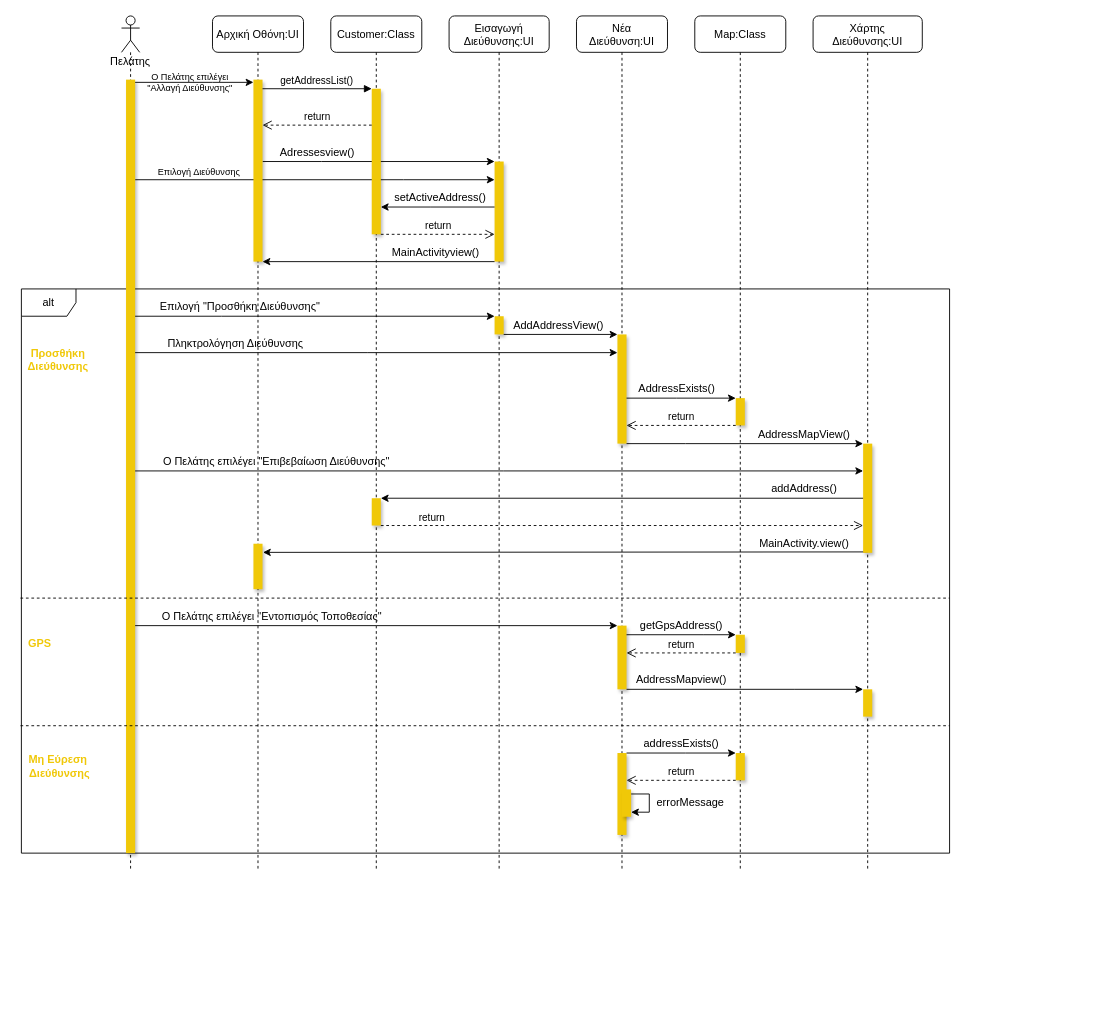
iloudaros/nomnomr keeps this draw.io diagram as docs/contributions/itsikelis/Phase 5/Select Address Revamp/(New)sequence-v0.2-customer-select-address.drawio. Above is the earlier version. Source tidied: cells renumbered, new cells numbered last; positions are measured from the earlier drawing's top-left corner, leaving out a move shared by most shapes. Both pictures are drawn from the tidied source at 91%, with x=0, y=0 at pixel (16, 15).
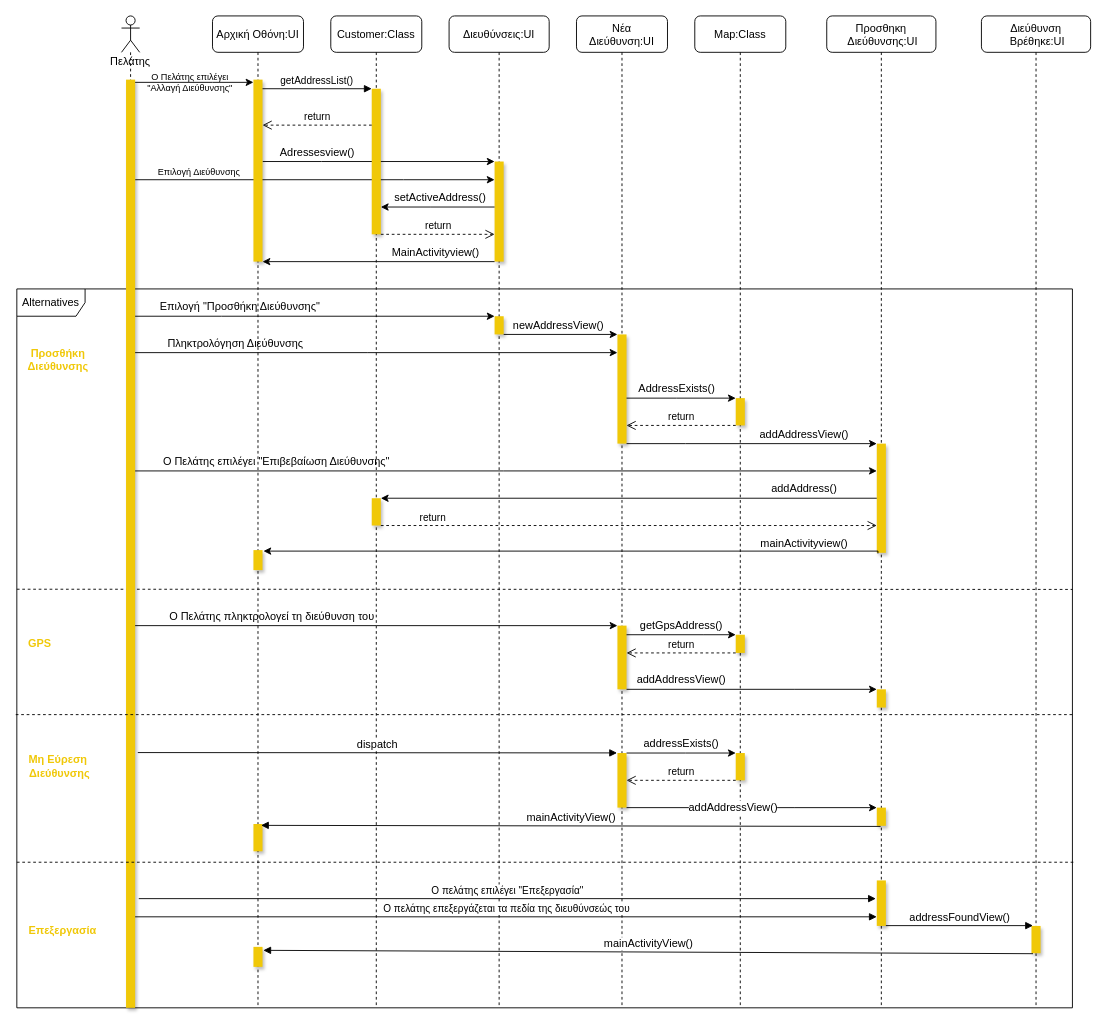
The same page after the edit.

The change refers to these unchanged cells:
```xml
<mxCell id="44" style="points=[];perimeter=orthogonalPerimeter;rounded=0;shadow=1;strokeWidth=1;fillColor=#F0C808;strokeColor=none;" parent="43" vertex="1">
  <mxGeometry x="55" y="470" width="10" height="120" as="geometry" />
</mxCell>
```

Diff of the diagram source:
```diff
@@
+    <mxCell id="5" value="Alternatives" style="shape=umlFrame;whiteSpace=wrap;html=1;shadow=0;fillColor=#FFFFFF;gradientColor=none;width=75;height=30;" parent="1" vertex="1">
+      <mxGeometry y="300" width="1160" height="790" as="geometry" />
+    </mxCell>
@@
-    <mxCell id="5" value="alt" style="shape=umlFrame;whiteSpace=wrap;html=1;shadow=0;fillColor=#FFFFFF;gradientColor=none;" parent="1" vertex="1">
-      <mxGeometry x="5" y="300" width="1020" height="620" as="geometry" />
-    </mxCell>
     <mxCell id="6" value="Αρχική Οθόνη:UI" style="shape=umlLifeline;perimeter=lifelinePerimeter;rounded=1;shadow=0;strokeWidth=1;" parent="1" vertex="1">
-      <mxGeometry x="215" width="100" height="940" as="geometry" />
+      <mxGeometry x="215" width="100" height="1090" as="geometry" />
     </mxCell>
@@
     <mxCell id="8" style="html=1;points=[];perimeter=orthogonalPerimeter;shadow=1;fillColor=#F0C808;gradientColor=none;fontColor=#000000;strokeColor=none;" parent="6" vertex="1">
-      <mxGeometry x="45" y="580" width="10" height="50" as="geometry" />
+      <mxGeometry x="45" y="587" width="10" height="22" as="geometry" />
     </mxCell>
-    <mxCell id="9" style="edgeStyle=orthogonalEdgeStyle;rounded=0;jettySize=auto;html=1;entryX=1.05;entryY=0.19;entryDx=0;entryDy=0;entryPerimeter=0;" parent="6" edge="1" target="8">
-      <mxGeometry relative="1" as="geometry">
-        <mxPoint x="720" y="589" as="sourcePoint" />
-      </mxGeometry>
-    </mxCell>
+    <mxCell id="74" style="html=1;points=[];perimeter=orthogonalPerimeter;shadow=1;fillColor=#F0C808;gradientColor=none;fontColor=#000000;strokeColor=none;" parent="6" vertex="1">
+      <mxGeometry x="45" y="1023" width="10" height="22" as="geometry" />
+    </mxCell>
+    <mxCell id="75" style="points=[];perimeter=orthogonalPerimeter;rounded=0;shadow=1;strokeWidth=1;fillColor=#F0C808;strokeColor=none;" parent="6" vertex="1">
+      <mxGeometry x="45" y="888" width="10" height="30" as="geometry" />
+    </mxCell>
     <mxCell id="10" value="Customer:Class" style="shape=umlLifeline;perimeter=lifelinePerimeter;rounded=1;shadow=0;strokeWidth=1;" parent="1" vertex="1">
-      <mxGeometry x="345" width="100" height="940" as="geometry" />
+      <mxGeometry x="345" width="100" height="1090" as="geometry" />
     </mxCell>
@@
+    <mxCell id="65" style="endArrow=none;dashed=1;html=1;rounded=0;fontColor=#F0C808;exitX=-0.001;exitY=0.548;exitDx=0;exitDy=0;exitPerimeter=0;entryX=1;entryY=0.418;entryDx=0;entryDy=0;entryPerimeter=0;" parent="10" edge="1" target="5">
+      <mxGeometry relative="1" as="geometry">
+        <mxPoint x="-345" y="630" as="sourcePoint" />
+      </mxGeometry>
+    </mxCell>
@@
     <mxCell id="14" value="Πελάτης" style="shape=umlLifeline;participant=umlActor;perimeter=lifelinePerimeter;whiteSpace=wrap;html=1;verticalAlign=top;spacingTop=36;" parent="1" vertex="1">
-      <mxGeometry x="115" width="20" height="940" as="geometry" />
+      <mxGeometry x="115" width="20" height="1090" as="geometry" />
     </mxCell>
     <mxCell id="15" style="html=1;points=[];perimeter=orthogonalPerimeter;fillColor=#F0C808;strokeColor=none;shadow=1;" parent="14" vertex="1">
-      <mxGeometry x="5" y="70" width="10" height="850" as="geometry" />
+      <mxGeometry x="5" y="70" width="10" height="1020" as="geometry" />
     </mxCell>
@@
-    <mxCell id="18" value="Εισαγωγή&#10;Διεύθυνσης:UI" style="shape=umlLifeline;perimeter=lifelinePerimeter;rounded=1;shadow=0;strokeWidth=1;" parent="1" vertex="1">
-      <mxGeometry x="475" width="110" height="940" as="geometry" />
+    <mxCell id="18" value="Διευθύνσεις:UI" style="shape=umlLifeline;perimeter=lifelinePerimeter;rounded=1;shadow=0;strokeWidth=1;" parent="1" vertex="1">
+      <mxGeometry x="475" width="110" height="1090" as="geometry" />
     </mxCell>
@@
     <mxCell id="29" value="Νέα &#10;Διεύθυνση:UI" style="shape=umlLifeline;perimeter=lifelinePerimeter;rounded=1;shadow=0;strokeWidth=1;" parent="1" vertex="1">
-      <mxGeometry x="615" width="100" height="940" as="geometry" />
+      <mxGeometry x="615" width="100" height="1090" as="geometry" />
     </mxCell>
@@
     <mxCell id="32" style="points=[];perimeter=orthogonalPerimeter;rounded=0;shadow=1;strokeWidth=1;fillColor=#F0C808;strokeColor=none;" parent="29" vertex="1">
-      <mxGeometry x="45" y="810" width="10" height="90" as="geometry" />
+      <mxGeometry x="45" y="810" width="10" height="60" as="geometry" />
     </mxCell>
@@
     <mxCell id="36" value="Map:Class" style="shape=umlLifeline;perimeter=lifelinePerimeter;rounded=1;shadow=0;strokeWidth=1;" parent="1" vertex="1">
-      <mxGeometry x="745" width="100" height="940" as="geometry" />
+      <mxGeometry x="745" width="100" height="1090" as="geometry" />
     </mxCell>
@@
+    <mxCell id="76" style="edgeStyle=orthogonalEdgeStyle;rounded=0;orthogonalLoop=1;jettySize=auto;html=1;fontColor=#000000;" parent="36" edge="1">
+      <mxGeometry relative="1" as="geometry">
+        <mxPoint x="-75" y="870" as="sourcePoint" />
+        <mxPoint x="200" y="870" as="targetPoint" />
+        <Array as="points">
+          <mxPoint x="110" y="870" />
+          <mxPoint x="110" y="870" />
+        </Array>
+      </mxGeometry>
+    </mxCell>
+    <mxCell id="77" value="addAddressView()" style="edgeLabel;html=1;align=center;verticalAlign=middle;fontSize=12;" parent="76" vertex="1">
+      <mxGeometry x="-0.16" y="1" relative="1" as="geometry" />
+    </mxCell>
@@
-    <mxCell id="43" value="Χάρτης &#10;Διεύθυνσης:UI" style="shape=umlLifeline;perimeter=lifelinePerimeter;rounded=1;shadow=0;strokeWidth=1;" parent="1" vertex="1">
-      <mxGeometry x="875" width="120" height="940" as="geometry" />
+    <mxCell id="43" value="&#10;Προσθηκη&#10; Διεύθυνσης:UI&#10;" style="shape=umlLifeline;perimeter=lifelinePerimeter;rounded=1;shadow=0;strokeWidth=1;fontSize=12;" parent="1" vertex="1">
+      <mxGeometry x="890" width="120" height="1090" as="geometry" />
     </mxCell>
@@
     <mxCell id="45" style="points=[];perimeter=orthogonalPerimeter;rounded=0;shadow=1;strokeWidth=1;fillColor=#F0C808;strokeColor=none;" parent="43" vertex="1">
-      <mxGeometry x="55" y="740" width="10" height="30" as="geometry" />
+      <mxGeometry x="55" y="740" width="10" height="20" as="geometry" />
     </mxCell>
+    <mxCell id="78" style="points=[];perimeter=orthogonalPerimeter;rounded=0;shadow=1;strokeWidth=1;fillColor=#F0C808;strokeColor=none;" parent="43" vertex="1">
+      <mxGeometry x="55" y="950" width="10" height="50" as="geometry" />
+    </mxCell>
+    <mxCell id="79" value="Ο πελάτης επεξεργάζεται τα πεδία της διευθύνσεώς του" style="html=1;verticalAlign=bottom;endArrow=block;rounded=0;" parent="43" edge="1">
+      <mxGeometry relative="1" as="geometry">
+        <mxPoint x="-760" y="990" as="sourcePoint" />
+        <mxPoint x="55" y="990" as="targetPoint" />
+      </mxGeometry>
+    </mxCell>
+    <mxCell id="80" style="points=[];perimeter=orthogonalPerimeter;rounded=0;shadow=1;strokeWidth=1;fillColor=#F0C808;strokeColor=none;" parent="43" vertex="1">
+      <mxGeometry x="55" y="870" width="10" height="20" as="geometry" />
+    </mxCell>
@@
-    <mxCell id="47" value="AddressMapView()" style="text;html=1;align=center;verticalAlign=middle;strokeColor=none;fillColor=none;" parent="1" vertex="1">
-      <mxGeometry x="805" y="450" width="120" height="20" as="geometry" />
+    <mxCell id="47" value="addAddressView()" style="text;html=1;align=center;verticalAlign=middle;strokeColor=none;fillColor=none;" parent="1" vertex="1">
+      <mxGeometry x="810" y="450" width="110" height="20" as="geometry" />
     </mxCell>
@@
-    <mxCell id="53" value="MainActivity.view()" style="text;html=1;align=center;verticalAlign=middle;strokeColor=none;fillColor=none;" parent="1" vertex="1">
+    <mxCell id="53" value="mainActivityview()" style="text;html=1;align=center;verticalAlign=middle;strokeColor=none;fillColor=none;" parent="1" vertex="1">
       <mxGeometry x="810" y="570" width="110" height="20" as="geometry" />
     </mxCell>
-    <mxCell id="54" value="AddAddressView()" style="text;html=1;align=center;verticalAlign=middle;strokeColor=none;fillColor=none;" parent="1" vertex="1">
-      <mxGeometry x="540" y="330" width="110" height="20" as="geometry" />
+    <mxCell id="54" value="newAddressView()" style="text;html=1;align=center;verticalAlign=middle;strokeColor=none;fillColor=none;" parent="1" vertex="1">
+      <mxGeometry x="535" y="330" width="120" height="20" as="geometry" />
     </mxCell>
@@
-    <mxCell id="56" style="endArrow=none;dashed=1;html=1;rounded=0;fontColor=#F0C808;exitX=-0.001;exitY=0.548;exitDx=0;exitDy=0;exitPerimeter=0;entryX=1;entryY=0.548;entryDx=0;entryDy=0;entryPerimeter=0;" parent="1" edge="1" source="5" target="5">
-      <mxGeometry relative="1" as="geometry" />
+    <mxCell id="56" style="endArrow=none;dashed=1;html=1;rounded=0;fontColor=#F0C808;exitX=-0.001;exitY=0.548;exitDx=0;exitDy=0;exitPerimeter=0;entryX=1;entryY=0.548;entryDx=0;entryDy=0;entryPerimeter=0;" parent="1" edge="1">
+      <mxGeometry relative="1" as="geometry">
+        <mxPoint x="-1.2" y="767.8" as="sourcePoint" />
+        <mxPoint x="1160" y="767.8" as="targetPoint" />
+      </mxGeometry>
     </mxCell>
@@
-    <mxCell id="59" value="&lt;font color=&quot;#000000&quot;&gt;Ο Πελάτης επιλέγει &quot;Εντοπισμός Τοποθεσίας&quot;&lt;/font&gt;" style="text;html=1;align=center;verticalAlign=middle;strokeColor=none;fillColor=none;fontColor=#F0C808;" parent="1" vertex="1">
-      <mxGeometry x="140" y="650" width="280" height="20" as="geometry" />
+    <mxCell id="59" value="&lt;font color=&quot;#000000&quot;&gt;O Πελάτης πληκτρολογεί τη διεύθυνση του&lt;/font&gt;" style="text;html=1;align=center;verticalAlign=middle;strokeColor=none;fillColor=none;fontColor=#F0C808;" parent="1" vertex="1">
+      <mxGeometry x="150" y="650" width="260" height="20" as="geometry" />
     </mxCell>
@@
-    <mxCell id="64" value="AddressMapview()" style="text;html=1;align=center;verticalAlign=middle;strokeColor=none;fillColor=none;fontColor=#000000;" parent="1" vertex="1">
-      <mxGeometry x="670" y="720" width="120" height="20" as="geometry" />
+    <mxCell id="64" value="addAddressView()" style="text;html=1;align=center;verticalAlign=middle;strokeColor=none;fillColor=none;fontColor=#000000;" parent="1" vertex="1">
+      <mxGeometry x="675" y="720" width="110" height="20" as="geometry" />
     </mxCell>
-    <mxCell id="65" style="endArrow=none;dashed=1;html=1;rounded=0;fontColor=#F0C808;exitX=-0.001;exitY=0.548;exitDx=0;exitDy=0;exitPerimeter=0;entryX=1;entryY=0.548;entryDx=0;entryDy=0;entryPerimeter=0;" parent="1" edge="1">
-      <mxGeometry relative="1" as="geometry">
-        <mxPoint x="4" y="780" as="sourcePoint" />
-        <mxPoint x="1025" y="780" as="targetPoint" />
-      </mxGeometry>
-    </mxCell>
@@
-    <mxCell id="70" style="edgeStyle=orthogonalEdgeStyle;rounded=0;orthogonalLoop=1;jettySize=auto;html=1;fontColor=#000000;" parent="1" edge="1" source="71" target="71">
-      <mxGeometry relative="1" as="geometry" />
-    </mxCell>
-    <mxCell id="71" style="points=[];perimeter=orthogonalPerimeter;rounded=0;shadow=1;strokeWidth=1;fillColor=#F0C808;strokeColor=none;" parent="1" vertex="1">
-      <mxGeometry x="665" y="850" width="10" height="30" as="geometry" />
-    </mxCell>
-    <mxCell id="72" value="errorMessage" style="text;html=1;align=center;verticalAlign=middle;strokeColor=none;fillColor=none;" parent="1" vertex="1">
-      <mxGeometry x="695" y="855" width="90" height="20" as="geometry" />
-    </mxCell>
@@
+    <mxCell id="81" value="Ο πελάτης επιλέγει &quot;Επεξεργασία&quot;" style="html=1;verticalAlign=bottom;endArrow=block;rounded=0;" parent="1" edge="1">
+      <mxGeometry relative="1" as="geometry">
+        <mxPoint x="134" y="970" as="sourcePoint" />
+        <mxPoint x="944" y="970" as="targetPoint" />
+      </mxGeometry>
+    </mxCell>
+    <mxCell id="82" value="&#10;Διεύθυνση&#10; Βρέθηκε:UI&#10;" style="shape=umlLifeline;perimeter=lifelinePerimeter;rounded=1;shadow=0;strokeWidth=1;fontSize=12;" parent="1" vertex="1">
+      <mxGeometry x="1060" width="120" height="1090" as="geometry" />
+    </mxCell>
+    <mxCell id="83" style="points=[];perimeter=orthogonalPerimeter;rounded=0;shadow=1;strokeWidth=1;fillColor=#F0C808;strokeColor=none;" parent="82" vertex="1">
+      <mxGeometry x="55" y="1000" width="10" height="30" as="geometry" />
+    </mxCell>
+    <mxCell id="84" style="endArrow=none;dashed=1;html=1;rounded=0;fontColor=#F0C808;exitX=-0.001;exitY=0.548;exitDx=0;exitDy=0;exitPerimeter=0;entryX=1;entryY=0.548;entryDx=0;entryDy=0;entryPerimeter=0;" parent="82" edge="1">
+      <mxGeometry relative="1" as="geometry">
+        <mxPoint x="-1060" y="930" as="sourcePoint" />
+        <mxPoint x="101.2" y="930" as="targetPoint" />
+      </mxGeometry>
+    </mxCell>
+    <mxCell id="9" style="edgeStyle=orthogonalEdgeStyle;rounded=0;jettySize=auto;html=1;entryX=1.1;entryY=0.05;entryDx=0;entryDy=0;entryPerimeter=0;exitX=0.125;exitY=1.006;exitDx=0;exitDy=0;exitPerimeter=0;" parent="1" edge="1" source="44" target="8">
+      <mxGeometry relative="1" as="geometry">
+        <Array as="points">
+          <mxPoint x="946" y="589" />
+        </Array>
+      </mxGeometry>
+    </mxCell>
+    <mxCell id="85" value="addressFoundView()" style="html=1;verticalAlign=bottom;endArrow=block;rounded=0;fontSize=12;entryX=0.167;entryY=-0.011;entryDx=0;entryDy=0;entryPerimeter=0;" parent="1" edge="1" source="78" target="83">
+      <mxGeometry relative="1" as="geometry" />
+    </mxCell>
+    <mxCell id="86" value="mainActivityView()" style="html=1;verticalAlign=bottom;endArrow=block;rounded=0;fontSize=12;exitX=0.167;exitY=1.017;exitDx=0;exitDy=0;exitPerimeter=0;entryX=1.083;entryY=0.174;entryDx=0;entryDy=0;entryPerimeter=0;" parent="1" edge="1" source="83" target="74">
+      <mxGeometry relative="1" as="geometry" />
+    </mxCell>
+    <mxCell id="87" value="Επεξεργασία" style="text;html=1;align=center;verticalAlign=middle;strokeColor=none;fillColor=none;fontColor=#F0C808;fontStyle=1;" parent="1" vertex="1">
+      <mxGeometry x="5" y="995" width="90" height="20" as="geometry" />
+    </mxCell>
+    <mxCell id="88" value="dispatch" style="html=1;verticalAlign=bottom;endArrow=block;rounded=0;fontSize=12;exitX=1.292;exitY=0.725;exitDx=0;exitDy=0;exitPerimeter=0;entryX=-0.042;entryY=-0.002;entryDx=0;entryDy=0;entryPerimeter=0;" parent="1" edge="1" source="15" target="32">
+      <mxGeometry relative="1" as="geometry" />
+    </mxCell>
+    <mxCell id="89" value="mainActivityView()" style="html=1;verticalAlign=bottom;endArrow=block;rounded=0;fontSize=12;exitX=0.417;exitY=1.033;exitDx=0;exitDy=0;exitPerimeter=0;entryX=0.833;entryY=0.05;entryDx=0;entryDy=0;entryPerimeter=0;" parent="1" edge="1" source="80" target="75">
+      <mxGeometry relative="1" as="geometry" />
+    </mxCell>
```
